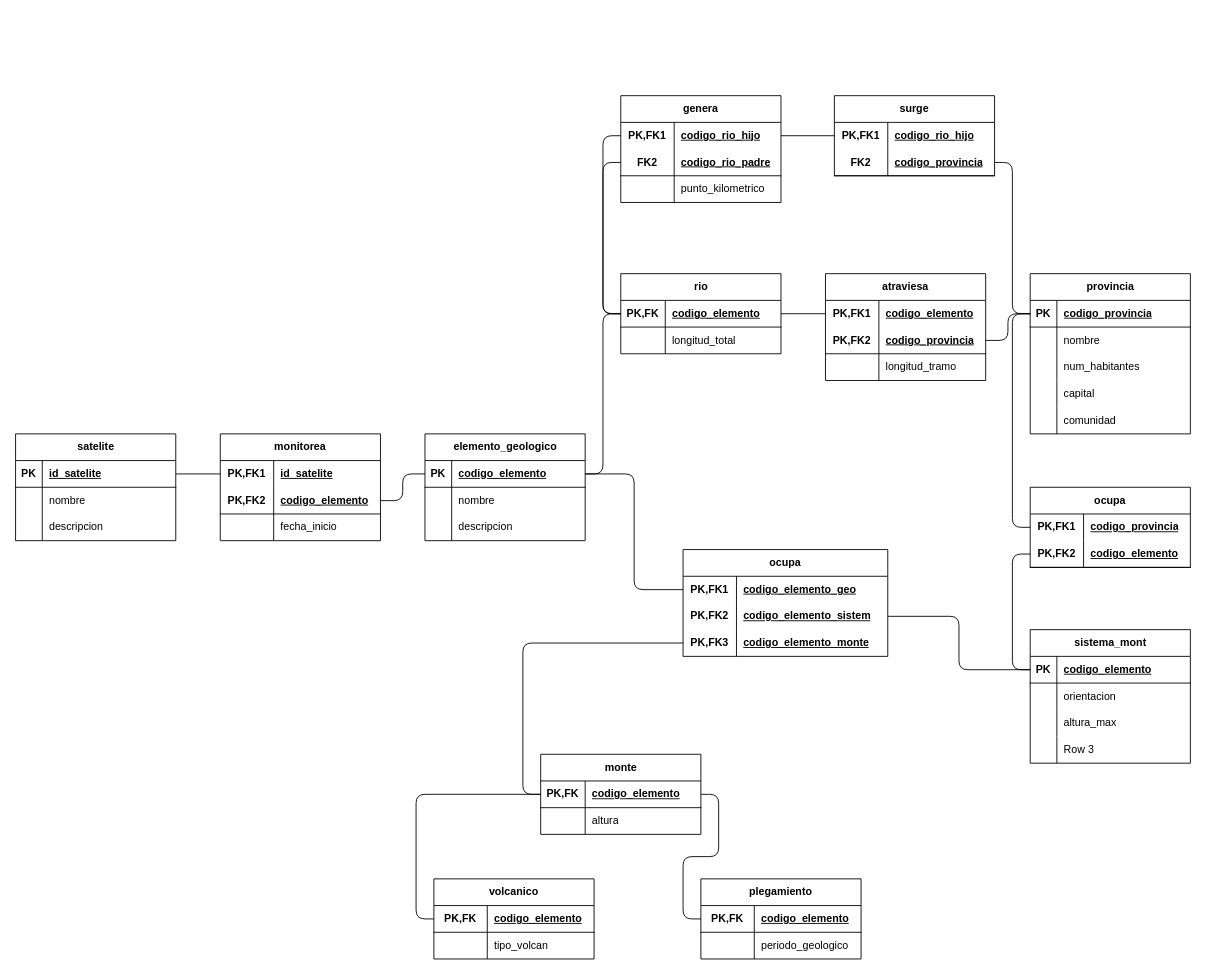
Before: Act-3-2.drawio in xmr-p/DatabaseCharts, a draw.io diagram. Source tidied: cells renumbered, new cells numbered last; positions are measured from the earlier drawing's top-left corner, leaving out a move shared by most shapes. Both pictures are drawn from the tidied source at 89%, with x=0, y=0 at pixel (15, 95).
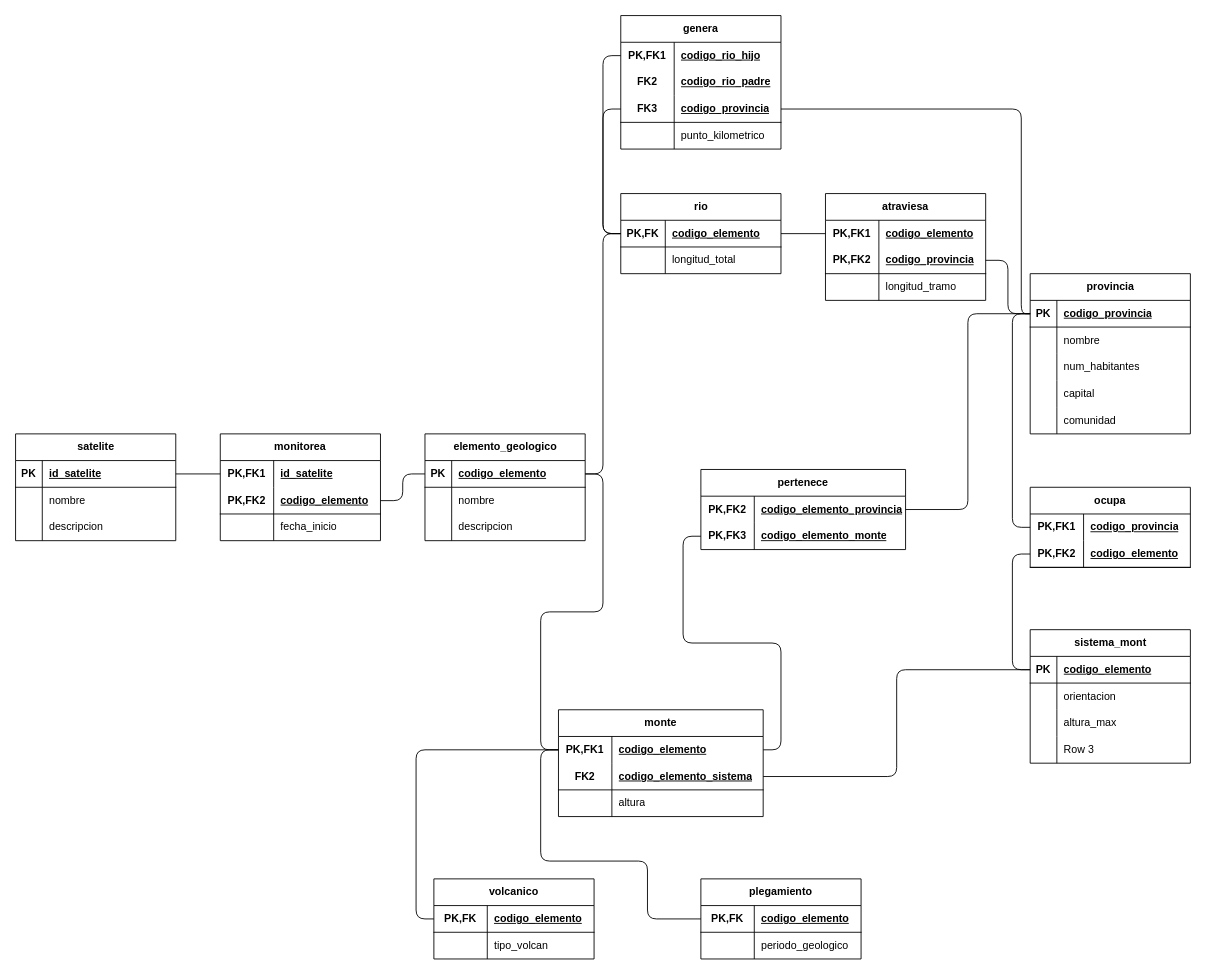
Above is the later version.

Unchanged cells that the change refers to:
```xml
<mxCell id="3" style="shape=tableRow;horizontal=0;startSize=0;swimlaneHead=0;swimlaneBody=0;fillColor=none;points=[[0,0.5],[1,0.5]];portConstraint=eastwest;top=0;left=0;right=0;bottom=1;" parent="2" vertex="1">
  <mxGeometry y="30" width="180" height="30" as="geometry" />
</mxCell>
<mxCell id="26" style="shape=tableRow;horizontal=0;startSize=0;swimlaneHead=0;swimlaneBody=0;fillColor=none;points=[[0,0.5],[1,0.5]];portConstraint=eastwest;top=0;left=0;right=0;bottom=1;" parent="25" vertex="1">
  <mxGeometry y="30" width="180" height="30" as="geometry" />
</mxCell>
<mxCell id="73" style="shape=tableRow;horizontal=0;startSize=0;swimlaneHead=0;swimlaneBody=0;fillColor=none;points=[[0,0.5],[1,0.5]];portConstraint=eastwest;top=0;left=0;right=0;bottom=0;html=1;" parent="72" vertex="1">
  <mxGeometry y="30" width="180" height="30" as="geometry" />
</mxCell>
<mxCell id="83" style="shape=tableRow;horizontal=0;startSize=0;swimlaneHead=0;swimlaneBody=0;fillColor=none;points=[[0,0.5],[1,0.5]];portConstraint=eastwest;top=0;left=0;right=0;bottom=1;" parent="82" vertex="1">
  <mxGeometry y="30" width="180" height="30" as="geometry" />
</mxCell>
<mxCell id="119" style="shape=tableRow;horizontal=0;startSize=0;swimlaneHead=0;swimlaneBody=0;fillColor=none;points=[[0,0.5],[1,0.5]];portConstraint=eastwest;top=0;left=0;right=0;bottom=1;html=1;" parent="118" vertex="1">
  <mxGeometry y="30" width="180" height="30" as="geometry" />
</mxCell>
<mxCell id="126" style="shape=tableRow;horizontal=0;startSize=0;swimlaneHead=0;swimlaneBody=0;fillColor=none;points=[[0,0.5],[1,0.5]];portConstraint=eastwest;top=0;left=0;right=0;bottom=1;html=1;" parent="125" vertex="1">
  <mxGeometry y="30" width="180" height="30" as="geometry" />
</mxCell>
```

What changed in the source:
```diff
@@
-    <mxCell id="18" value="monte" style="shape=table;startSize=30;childLayout=tableLayout;rowLines=0;fontStyle=1;align=center;html=1;" parent="1" vertex="1">
-      <mxGeometry x="590" y="740" width="180" height="90" as="geometry" />
-    </mxCell>
-    <mxCell id="19" style="shape=tableRow;horizontal=0;startSize=0;swimlaneHead=0;swimlaneBody=0;fillColor=none;points=[[0,0.5],[1,0.5]];portConstraint=eastwest;top=0;left=0;right=0;bottom=1;" parent="18" vertex="1">
-      <mxGeometry y="30" width="180" height="30" as="geometry" />
-    </mxCell>
-    <mxCell id="20" value="PK,FK" style="shape=partialRectangle;fillColor=none;top=0;left=0;bottom=0;right=0;fontStyle=1;overflow=hidden;whiteSpace=wrap;html=1;" parent="19" vertex="1">
-      <mxGeometry width="50" height="30" as="geometry" />
-    </mxCell>
-    <mxCell id="21" value="codigo_elemento" style="shape=partialRectangle;fillColor=none;top=0;left=0;bottom=0;right=0;align=left;spacingLeft=6;fontStyle=5;overflow=hidden;whiteSpace=wrap;html=1;" parent="19" vertex="1">
-      <mxGeometry x="50" width="130" height="30" as="geometry" />
-    </mxCell>
-    <mxCell id="22" style="shape=tableRow;horizontal=0;startSize=0;swimlaneHead=0;swimlaneBody=0;fillColor=none;top=0;left=0;right=0;bottom=0;" parent="18" vertex="1">
-      <mxGeometry y="60" width="180" height="30" as="geometry" />
-    </mxCell>
-    <mxCell id="23" style="shape=partialRectangle;fillColor=none;top=0;left=0;bottom=0;right=0;overflow=hidden;whiteSpace=wrap;html=1;" parent="22" vertex="1">
-      <mxGeometry width="50" height="30" as="geometry" />
-    </mxCell>
-    <mxCell id="24" value="altura" style="shape=partialRectangle;fillColor=none;top=0;left=0;bottom=0;right=0;align=left;spacingLeft=6;overflow=hidden;whiteSpace=wrap;html=1;" parent="22" vertex="1">
-      <mxGeometry x="50" width="130" height="30" as="geometry" />
-    </mxCell>
@@
-    <mxCell id="45" value="ocupa" style="shape=table;startSize=30;childLayout=tableLayout;rowLines=0;fontStyle=1;align=center;html=1;whiteSpace=wrap;" parent="1" vertex="1">
-      <mxGeometry x="750" y="510" width="230" height="120" as="geometry" />
+    <mxCell id="45" value="pertenece" style="shape=table;startSize=30;childLayout=tableLayout;rowLines=0;fontStyle=1;align=center;html=1;whiteSpace=wrap;" parent="1" vertex="1">
+      <mxGeometry x="770" y="420" width="230" height="90" as="geometry" />
     </mxCell>
-    <mxCell id="46" style="shape=tableRow;horizontal=0;startSize=0;swimlaneHead=0;swimlaneBody=0;fillColor=none;points=[[0,0.5],[1,0.5]];portConstraint=eastwest;top=0;left=0;right=0;bottom=0;html=1;" parent="45" vertex="1">
-      <mxGeometry y="30" width="230" height="30" as="geometry" />
-    </mxCell>
-    <mxCell id="47" value="PK,FK1" style="shape=partialRectangle;fillColor=none;top=0;left=0;bottom=0;right=0;fontStyle=1;overflow=hidden;html=1;whiteSpace=wrap;" parent="46" vertex="1">
-      <mxGeometry width="60" height="30" as="geometry" />
-    </mxCell>
-    <mxCell id="48" value="codigo_elemento_geo" style="shape=partialRectangle;fillColor=none;top=0;left=0;bottom=0;right=0;align=left;spacingLeft=6;fontStyle=5;overflow=hidden;html=1;whiteSpace=wrap;" parent="46" vertex="1">
-      <mxGeometry x="60" width="170" height="30" as="geometry" />
-    </mxCell>
     <mxCell id="49" style="shape=tableRow;horizontal=0;startSize=0;swimlaneHead=0;swimlaneBody=0;fillColor=none;points=[[0,0.5],[1,0.5]];portConstraint=eastwest;top=0;left=0;right=0;bottom=0;html=1;" parent="45" vertex="1">
-      <mxGeometry y="60" width="230" height="30" as="geometry" />
+      <mxGeometry y="30" width="230" height="30" as="geometry" />
     </mxCell>
@@
-    <mxCell id="51" value="codigo_elemento_sistem" style="shape=partialRectangle;fillColor=none;top=0;left=0;bottom=0;right=0;align=left;spacingLeft=6;fontStyle=5;overflow=hidden;html=1;whiteSpace=wrap;" parent="49" vertex="1">
+    <mxCell id="51" value="codigo_elemento_provincia" style="shape=partialRectangle;fillColor=none;top=0;left=0;bottom=0;right=0;align=left;spacingLeft=6;fontStyle=5;overflow=hidden;html=1;whiteSpace=wrap;" parent="49" vertex="1">
       <mxGeometry x="60" width="170" height="30" as="geometry" />
     </mxCell>
     <mxCell id="52" style="shape=tableRow;horizontal=0;startSize=0;swimlaneHead=0;swimlaneBody=0;fillColor=none;points=[[0,0.5],[1,0.5]];portConstraint=eastwest;top=0;left=0;right=0;bottom=0;html=1;" parent="45" vertex="1">
-      <mxGeometry y="90" width="230" height="30" as="geometry" />
+      <mxGeometry y="60" width="230" height="30" as="geometry" />
     </mxCell>
@@
     <mxCell id="55" value="atraviesa" style="shape=table;startSize=30;childLayout=tableLayout;rowLines=0;fontStyle=1;align=center;html=1;whiteSpace=wrap;" parent="1" vertex="1">
-      <mxGeometry x="910" y="200" width="180" height="120" as="geometry" />
+      <mxGeometry x="910" y="110" width="180" height="120" as="geometry" />
     </mxCell>
@@
     <mxCell id="65" value="rio" style="shape=table;startSize=30;childLayout=tableLayout;rowLines=0;fontStyle=1;align=center;html=1;" parent="1" vertex="1">
-      <mxGeometry x="680" y="200" width="180" height="90" as="geometry" />
+      <mxGeometry x="680" y="110" width="180" height="90" as="geometry" />
     </mxCell>
@@
     <mxCell id="72" value="genera" style="shape=table;startSize=30;childLayout=tableLayout;rowLines=0;fontStyle=1;align=center;html=1;whiteSpace=wrap;" parent="1" vertex="1">
-      <mxGeometry x="680" width="180" height="120" as="geometry" />
+      <mxGeometry x="680" y="-90" width="180" height="150" as="geometry" />
     </mxCell>
@@
+    <mxCell id="149" style="shape=tableRow;horizontal=0;startSize=0;swimlaneHead=0;swimlaneBody=0;fillColor=none;top=0;left=0;right=0;bottom=0;html=1;" parent="72" vertex="1">
+      <mxGeometry y="60" width="180" height="30" as="geometry" />
+    </mxCell>
+    <mxCell id="150" value="FK2" style="shape=partialRectangle;fillColor=none;top=0;left=0;bottom=0;right=0;fontStyle=1;overflow=hidden;html=1;whiteSpace=wrap;" parent="149" vertex="1">
+      <mxGeometry width="60" height="30" as="geometry" />
+    </mxCell>
+    <mxCell id="151" value="codigo_rio_padre" style="shape=partialRectangle;fillColor=none;top=0;left=0;bottom=0;right=0;align=left;spacingLeft=6;fontStyle=5;overflow=hidden;html=1;whiteSpace=wrap;" parent="149" vertex="1">
+      <mxGeometry x="60" width="120" height="30" as="geometry" />
+    </mxCell>
     <mxCell id="76" style="shape=tableRow;horizontal=0;startSize=0;swimlaneHead=0;swimlaneBody=0;fillColor=none;points=[[0,0.5],[1,0.5]];portConstraint=eastwest;top=0;left=0;right=0;bottom=1;html=1;" parent="72" vertex="1">
-      <mxGeometry y="60" width="180" height="30" as="geometry" />
+      <mxGeometry y="90" width="180" height="30" as="geometry" />
     </mxCell>
-    <mxCell id="77" value="FK2" style="shape=partialRectangle;fillColor=none;top=0;left=0;bottom=0;right=0;fontStyle=1;overflow=hidden;html=1;whiteSpace=wrap;" parent="76" vertex="1">
+    <mxCell id="77" value="FK3" style="shape=partialRectangle;fillColor=none;top=0;left=0;bottom=0;right=0;fontStyle=1;overflow=hidden;html=1;whiteSpace=wrap;" parent="76" vertex="1">
       <mxGeometry width="60" height="30" as="geometry" />
     </mxCell>
-    <mxCell id="78" value="codigo_rio_padre" style="shape=partialRectangle;fillColor=none;top=0;left=0;bottom=0;right=0;align=left;spacingLeft=6;fontStyle=5;overflow=hidden;html=1;whiteSpace=wrap;" parent="76" vertex="1">
+    <mxCell id="78" value="codigo_provincia" style="shape=partialRectangle;fillColor=none;top=0;left=0;bottom=0;right=0;align=left;spacingLeft=6;fontStyle=5;overflow=hidden;html=1;whiteSpace=wrap;" parent="76" vertex="1">
       <mxGeometry x="60" width="120" height="30" as="geometry" />
     </mxCell>
     <mxCell id="79" style="shape=tableRow;horizontal=0;startSize=0;swimlaneHead=0;swimlaneBody=0;fillColor=none;top=0;left=0;right=0;bottom=0;html=1;" parent="72" vertex="1">
-      <mxGeometry y="90" width="180" height="30" as="geometry" />
+      <mxGeometry y="120" width="180" height="30" as="geometry" />
     </mxCell>
@@
-    <mxCell id="135" value="surge" style="shape=table;startSize=30;childLayout=tableLayout;rowLines=0;fontStyle=1;align=center;html=1;whiteSpace=wrap;" parent="1" vertex="1">
-      <mxGeometry x="920" width="180" height="90" as="geometry" />
-    </mxCell>
-    <mxCell id="136" style="shape=tableRow;horizontal=0;startSize=0;swimlaneHead=0;swimlaneBody=0;fillColor=none;points=[[0,0.5],[1,0.5]];portConstraint=eastwest;top=0;left=0;right=0;bottom=0;html=1;" parent="135" vertex="1">
-      <mxGeometry y="30" width="180" height="30" as="geometry" />
-    </mxCell>
-    <mxCell id="137" value="PK,FK1" style="shape=partialRectangle;fillColor=none;top=0;left=0;bottom=0;right=0;fontStyle=1;overflow=hidden;html=1;whiteSpace=wrap;" parent="136" vertex="1">
-      <mxGeometry width="60" height="30" as="geometry" />
-    </mxCell>
-    <mxCell id="138" value="codigo_rio_hijo" style="shape=partialRectangle;fillColor=none;top=0;left=0;bottom=0;right=0;align=left;spacingLeft=6;fontStyle=5;overflow=hidden;html=1;whiteSpace=wrap;" parent="136" vertex="1">
-      <mxGeometry x="60" width="120" height="30" as="geometry" />
-    </mxCell>
-    <mxCell id="139" style="shape=tableRow;horizontal=0;startSize=0;swimlaneHead=0;swimlaneBody=0;fillColor=none;points=[[0,0.5],[1,0.5]];portConstraint=eastwest;top=0;left=0;right=0;bottom=1;html=1;" parent="135" vertex="1">
-      <mxGeometry y="60" width="180" height="30" as="geometry" />
-    </mxCell>
-    <mxCell id="140" value="FK2" style="shape=partialRectangle;fillColor=none;top=0;left=0;bottom=0;right=0;fontStyle=1;overflow=hidden;html=1;whiteSpace=wrap;" parent="139" vertex="1">
-      <mxGeometry width="60" height="30" as="geometry" />
-    </mxCell>
-    <mxCell id="141" value="codigo_provincia" style="shape=partialRectangle;fillColor=none;top=0;left=0;bottom=0;right=0;align=left;spacingLeft=6;fontStyle=5;overflow=hidden;html=1;whiteSpace=wrap;" parent="139" vertex="1">
-      <mxGeometry x="60" width="120" height="30" as="geometry" />
-    </mxCell>
-    <mxCell id="142" style="edgeStyle=orthogonalEdgeStyle;rounded=1;jettySize=auto;html=1;exitX=1;exitY=0.5;exitDx=0;exitDy=0;entryX=0;entryY=0.5;entryDx=0;entryDy=0;curved=0;endArrow=none;endFill=0;" parent="1" edge="1" source="139" target="3">
-      <mxGeometry relative="1" as="geometry" />
+    <mxCell id="142" style="edgeStyle=orthogonalEdgeStyle;rounded=1;jettySize=auto;html=1;exitX=1;exitY=0.5;exitDx=0;exitDy=0;entryX=0;entryY=0.5;entryDx=0;entryDy=0;curved=0;endArrow=none;endFill=0;" parent="1" edge="1" source="76" target="3">
+      <mxGeometry relative="1" as="geometry">
+        <Array as="points">
+          <mxPoint x="1130" y="15" />
+          <mxPoint x="1130" y="245" />
+        </Array>
+      </mxGeometry>
     </mxCell>
-    <mxCell id="143" style="edgeStyle=orthogonalEdgeStyle;rounded=1;jettySize=auto;html=1;exitX=1;exitY=0.5;exitDx=0;exitDy=0;entryX=0;entryY=0.5;entryDx=0;entryDy=0;curved=0;endArrow=none;endFill=0;" parent="1" edge="1" source="73" target="136">
-      <mxGeometry relative="1" as="geometry" />
-    </mxCell>
-    <mxCell id="144" style="edgeStyle=orthogonalEdgeStyle;rounded=1;jettySize=auto;html=1;exitX=1;exitY=0.5;exitDx=0;exitDy=0;entryX=0;entryY=0.5;entryDx=0;entryDy=0;curved=0;endArrow=none;endFill=0;" parent="1" edge="1" source="83" target="46">
-      <mxGeometry relative="1" as="geometry" />
-    </mxCell>
-    <mxCell id="145" style="edgeStyle=orthogonalEdgeStyle;rounded=1;jettySize=auto;html=1;exitX=1;exitY=0.5;exitDx=0;exitDy=0;entryX=0;entryY=0.5;entryDx=0;entryDy=0;curved=0;endArrow=none;endFill=0;" parent="1" edge="1" source="49" target="26">
-      <mxGeometry relative="1" as="geometry" />
-    </mxCell>
-    <mxCell id="146" style="edgeStyle=orthogonalEdgeStyle;rounded=1;jettySize=auto;html=1;exitX=0;exitY=0.5;exitDx=0;exitDy=0;entryX=0;entryY=0.5;entryDx=0;entryDy=0;curved=0;endArrow=none;endFill=0;" parent="1" edge="1" source="52" target="19">
-      <mxGeometry relative="1" as="geometry" />
-    </mxCell>
-    <mxCell id="147" style="edgeStyle=orthogonalEdgeStyle;rounded=1;jettySize=auto;html=1;exitX=0;exitY=0.5;exitDx=0;exitDy=0;entryX=0;entryY=0.5;entryDx=0;entryDy=0;curved=0;endArrow=none;endFill=0;" parent="1" edge="1" source="19" target="119">
+    <mxCell id="147" style="edgeStyle=orthogonalEdgeStyle;rounded=1;jettySize=auto;html=1;exitX=0;exitY=0.5;exitDx=0;exitDy=0;entryX=0;entryY=0.5;entryDx=0;entryDy=0;curved=0;endArrow=none;endFill=0;" parent="1" edge="1" source="46" target="119">
       <mxGeometry relative="1" as="geometry" />
     </mxCell>
-    <mxCell id="148" style="edgeStyle=orthogonalEdgeStyle;rounded=1;jettySize=auto;html=1;exitX=1;exitY=0.5;exitDx=0;exitDy=0;entryX=0;entryY=0.5;entryDx=0;entryDy=0;curved=0;endArrow=none;endFill=0;" parent="1" edge="1" source="19" target="126">
-      <mxGeometry relative="1" as="geometry" />
+    <mxCell id="148" style="edgeStyle=orthogonalEdgeStyle;rounded=1;jettySize=auto;html=1;exitX=0;exitY=0.5;exitDx=0;exitDy=0;entryX=0;entryY=0.5;entryDx=0;entryDy=0;curved=0;endArrow=none;endFill=0;" parent="1" edge="1" source="46" target="126">
+      <mxGeometry relative="1" as="geometry">
+        <Array as="points">
+          <mxPoint x="590" y="735" />
+          <mxPoint x="590" y="860" />
+          <mxPoint x="710" y="860" />
+          <mxPoint x="710" y="925" />
+        </Array>
+      </mxGeometry>
     </mxCell>
+    <mxCell id="18" value="monte" style="shape=table;startSize=30;childLayout=tableLayout;rowLines=0;fontStyle=1;align=center;html=1;whiteSpace=wrap;" parent="1" vertex="1">
+      <mxGeometry x="610" y="690" width="230" height="120" as="geometry" />
+    </mxCell>
+    <mxCell id="46" style="shape=tableRow;horizontal=0;startSize=0;swimlaneHead=0;swimlaneBody=0;fillColor=none;points=[[0,0.5],[1,0.5]];portConstraint=eastwest;top=0;left=0;right=0;bottom=0;html=1;" parent="18" vertex="1">
+      <mxGeometry y="30" width="230" height="30" as="geometry" />
+    </mxCell>
+    <mxCell id="152" value="PK,FK1" style="shape=partialRectangle;fillColor=none;top=0;left=0;bottom=0;right=0;fontStyle=1;overflow=hidden;html=1;whiteSpace=wrap;" parent="46" vertex="1">
+      <mxGeometry width="60" height="30" as="geometry" />
+    </mxCell>
+    <mxCell id="21" value="codigo_elemento" style="shape=partialRectangle;fillColor=none;top=0;left=0;bottom=0;right=0;align=left;spacingLeft=6;fontStyle=5;overflow=hidden;html=1;whiteSpace=wrap;" parent="46" vertex="1">
+      <mxGeometry x="60" width="170" height="30" as="geometry" />
+    </mxCell>
+    <mxCell id="153" style="shape=tableRow;horizontal=0;startSize=0;swimlaneHead=0;swimlaneBody=0;fillColor=none;points=[[0,0.5],[1,0.5]];portConstraint=eastwest;top=0;left=0;right=0;bottom=1;html=1;" parent="18" vertex="1">
+      <mxGeometry y="60" width="230" height="30" as="geometry" />
+    </mxCell>
+    <mxCell id="154" value="FK2" style="shape=partialRectangle;fillColor=none;top=0;left=0;bottom=0;right=0;fontStyle=1;overflow=hidden;html=1;whiteSpace=wrap;" parent="153" vertex="1">
+      <mxGeometry width="60" height="30" as="geometry" />
+    </mxCell>
+    <mxCell id="155" value="codigo_elemento_sistema" style="shape=partialRectangle;fillColor=none;top=0;left=0;bottom=0;right=0;align=left;spacingLeft=6;fontStyle=5;overflow=hidden;html=1;whiteSpace=wrap;" parent="153" vertex="1">
+      <mxGeometry x="60" width="170" height="30" as="geometry" />
+    </mxCell>
+    <mxCell id="156" style="shape=tableRow;horizontal=0;startSize=0;swimlaneHead=0;swimlaneBody=0;fillColor=none;top=0;left=0;right=0;bottom=0;html=1;" parent="18" vertex="1">
+      <mxGeometry y="90" width="230" height="30" as="geometry" />
+    </mxCell>
+    <mxCell id="157" style="shape=partialRectangle;fillColor=none;top=0;left=0;bottom=0;right=0;overflow=hidden;html=1;whiteSpace=wrap;" parent="156" vertex="1">
+      <mxGeometry width="60" height="30" as="geometry" />
+    </mxCell>
+    <mxCell id="24" value="altura" style="shape=partialRectangle;fillColor=none;top=0;left=0;bottom=0;right=0;align=left;spacingLeft=6;overflow=hidden;html=1;whiteSpace=wrap;" parent="156" vertex="1">
+      <mxGeometry x="60" width="170" height="30" as="geometry" />
+    </mxCell>
+    <mxCell id="158" style="edgeStyle=orthogonalEdgeStyle;rounded=1;jettySize=auto;html=1;exitX=1;exitY=0.5;exitDx=0;exitDy=0;entryX=0;entryY=0.5;entryDx=0;entryDy=0;curved=0;endArrow=none;endFill=0;" parent="1" edge="1" source="153" target="26">
+      <mxGeometry relative="1" as="geometry" />
+    </mxCell>
+    <mxCell id="144" style="edgeStyle=orthogonalEdgeStyle;rounded=1;jettySize=auto;html=1;exitX=1;exitY=0.5;exitDx=0;exitDy=0;entryX=0;entryY=0.5;entryDx=0;entryDy=0;curved=0;endArrow=none;endFill=0;" parent="1" edge="1" source="83" target="46">
+      <mxGeometry relative="1" as="geometry" />
+    </mxCell>
+    <mxCell id="159" style="edgeStyle=orthogonalEdgeStyle;rounded=1;jettySize=auto;html=1;exitX=1;exitY=0.5;exitDx=0;exitDy=0;entryX=0;entryY=0.5;entryDx=0;entryDy=0;curved=0;endArrow=none;endFill=0;" parent="1" edge="1" source="46" target="52">
+      <mxGeometry relative="1" as="geometry" />
+    </mxCell>
+    <mxCell id="160" style="edgeStyle=orthogonalEdgeStyle;rounded=1;jettySize=auto;html=1;exitX=1;exitY=0.5;exitDx=0;exitDy=0;entryX=0;entryY=0.5;entryDx=0;entryDy=0;endArrow=none;endFill=0;curved=0;" parent="1" edge="1" source="49" target="3">
+      <mxGeometry relative="1" as="geometry" />
+    </mxCell>
```
